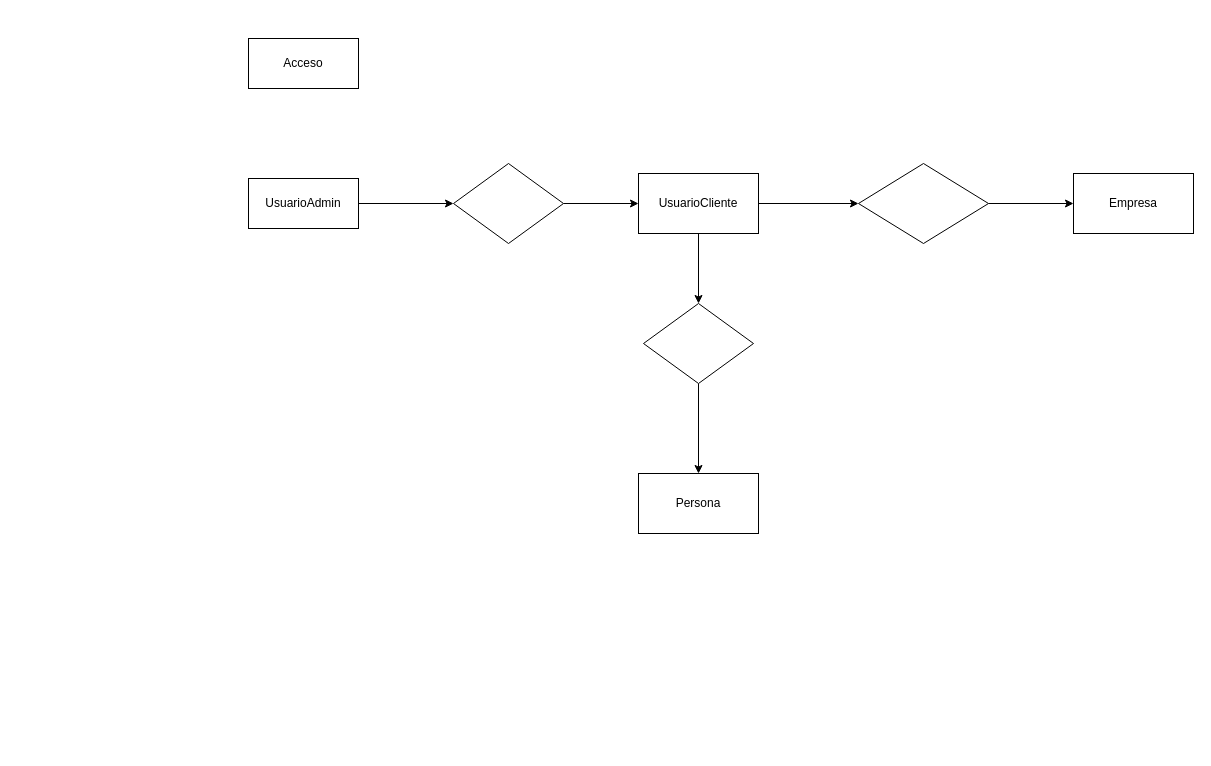
Earlier version of the draw.io diagram PeterChen.drawio (Sainjan/Refrito_Creditos). Source tidied: cells renumbered, new cells numbered last; positions are measured from the earlier drawing's top-left corner, leaving out a move shared by most shapes. Both pictures are drawn from the tidied source at 100%, with x=0, y=0 at pixel (248, 38).
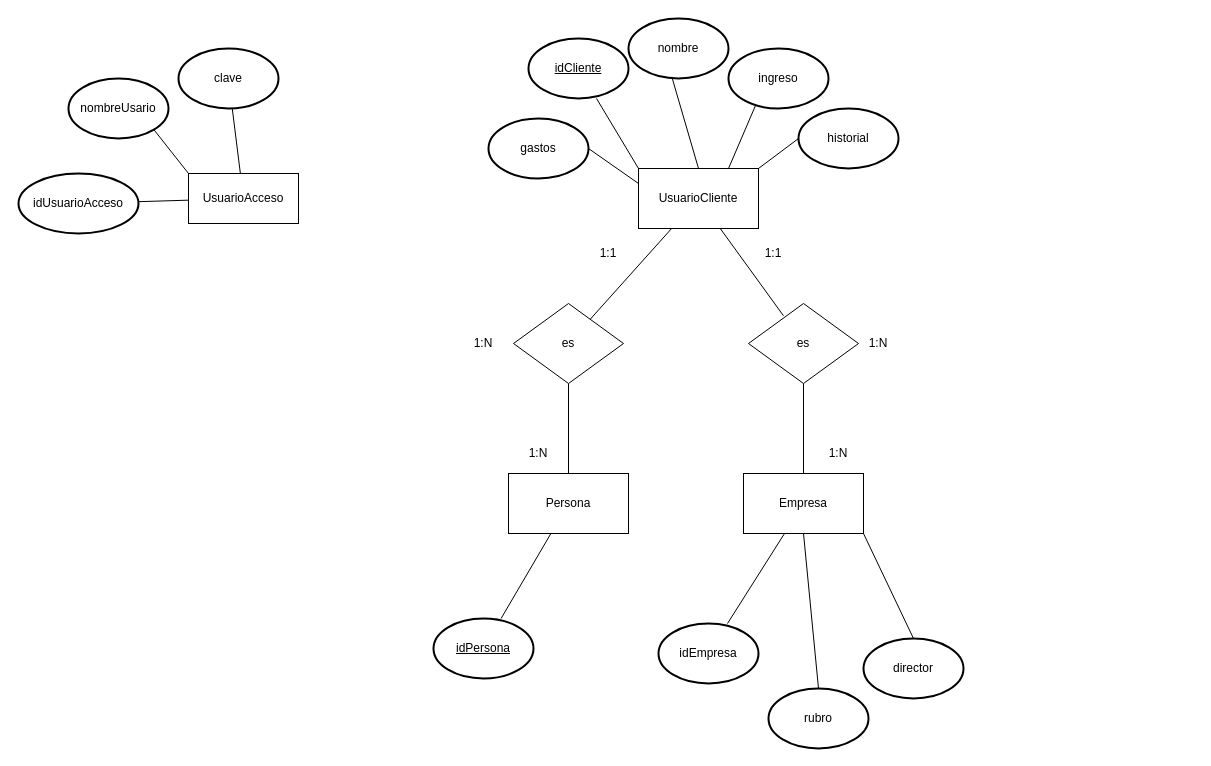
Above is the later version.

Commit message (it also covers changes not shown here):
Realice los diagramas de EdgarCood y PeterChen(Este ultimo con ayuda de Franco Radtke), así como en el script de creación de la base de datos.

The edit, as a diff of the source:
```diff
@@
-    <mxCell id="2" style="edgeStyle=none;html=1;" parent="1" edge="1" source="3" target="5">
-      <mxGeometry relative="1" as="geometry" />
-    </mxCell>
-    <mxCell id="3" value="UsuarioAdmin" style="html=1;whiteSpace=wrap;" parent="1" vertex="1">
-      <mxGeometry y="140" width="110" height="50" as="geometry" />
+    <mxCell id="3" value="UsuarioAcceso" style="html=1;whiteSpace=wrap;" parent="1" vertex="1">
+      <mxGeometry x="-60" y="135" width="110" height="50" as="geometry" />
     </mxCell>
-    <mxCell id="4" style="edgeStyle=none;html=1;" parent="1" edge="1" source="5" target="8">
-      <mxGeometry relative="1" as="geometry" />
-    </mxCell>
-    <mxCell id="5" style="rhombus;whiteSpace=wrap;html=1;shapeInside=1;" parent="1" vertex="1">
-      <mxGeometry x="205" y="125" width="110" height="80" as="geometry" />
-    </mxCell>
-    <mxCell id="6" style="edgeStyle=none;html=1;" parent="1" edge="1" source="8" target="10">
+    <mxCell id="6" style="edgeStyle=none;html=1;endArrow=none;endFill=0;" parent="1" edge="1" source="8" target="10">
       <mxGeometry relative="1" as="geometry" />
     </mxCell>
-    <mxCell id="7" style="edgeStyle=none;html=1;" parent="1" edge="1" source="8" target="13">
-      <mxGeometry relative="1" as="geometry" />
+    <mxCell id="7" style="edgeStyle=none;html=1;endArrow=none;endFill=0;" parent="1" edge="1" source="8">
+      <mxGeometry relative="1" as="geometry">
+        <mxPoint x="535" y="277.3" as="targetPoint" />
+      </mxGeometry>
     </mxCell>
     <mxCell id="8" value="UsuarioCliente" style="whiteSpace=wrap;html=1;" parent="1" vertex="1">
-      <mxGeometry x="390" y="135" width="120" height="60" as="geometry" />
+      <mxGeometry x="390" y="130" width="120" height="60" as="geometry" />
     </mxCell>
-    <mxCell id="9" style="edgeStyle=none;html=1;" parent="1" edge="1" source="10" target="11">
+    <mxCell id="9" style="edgeStyle=none;html=1;endArrow=none;endFill=0;" parent="1" edge="1" source="10" target="11">
       <mxGeometry relative="1" as="geometry" />
     </mxCell>
-    <mxCell id="10" style="rhombus;whiteSpace=wrap;html=1;shapeInside=1;" parent="1" vertex="1">
-      <mxGeometry x="395" y="265" width="110" height="80" as="geometry" />
+    <mxCell id="10" value="es" style="rhombus;whiteSpace=wrap;html=1;shapeInside=1;" parent="1" vertex="1">
+      <mxGeometry x="265" y="265" width="110" height="80" as="geometry" />
     </mxCell>
+    <mxCell id="16" style="edgeStyle=none;html=1;endArrow=none;endFill=0;" parent="1" edge="1" source="11" target="38">
+      <mxGeometry relative="1" as="geometry" />
+    </mxCell>
-    <mxCell id="11" value="Persona" style="whiteSpace=wrap;html=1;" parent="1" vertex="1">
-      <mxGeometry x="390" y="435" width="120" height="60" as="geometry" />
+    <mxCell id="11" value="Persona" style="whiteSpace=wrap;html=1;newEdgeStyle=%7B%22edgeStyle%22%3A%22none%22%2C%22html%22%3A%221%22%2C%22endArrow%22%3A%22none%22%2C%22endFill%22%3A%220%22%7D;" parent="1" vertex="1">
+      <mxGeometry x="260" y="435" width="120" height="60" as="geometry" />
     </mxCell>
-    <mxCell id="12" style="edgeStyle=none;html=1;" parent="1" edge="1" source="13" target="14">
-      <mxGeometry relative="1" as="geometry" />
+    <mxCell id="12" style="edgeStyle=none;html=1;endArrow=none;endFill=0;" parent="1" edge="1" target="14">
+      <mxGeometry relative="1" as="geometry">
+        <mxPoint x="555" y="345" as="sourcePoint" />
+      </mxGeometry>
     </mxCell>
-    <mxCell id="13" style="rhombus;whiteSpace=wrap;html=1;shapeInside=1;" parent="1" vertex="1">
-      <mxGeometry x="610" y="125" width="130" height="80" as="geometry" />
-    </mxCell>
-    <mxCell id="14" value="Empresa" style="whiteSpace=wrap;html=1;" parent="1" vertex="1">
-      <mxGeometry x="825" y="135" width="120" height="60" as="geometry" />
+    <mxCell id="14" value="Empresa" style="whiteSpace=wrap;html=1;newEdgeStyle=%7B%22edgeStyle%22%3A%22none%22%2C%22html%22%3A%221%22%2C%22endArrow%22%3A%22none%22%2C%22endFill%22%3A%220%22%7D;" parent="1" vertex="1">
+      <mxGeometry x="495" y="435" width="120" height="60" as="geometry" />
     </mxCell>
-    <mxCell id="15" value="Acceso" style="html=1;whiteSpace=wrap;" parent="1" vertex="1">
-      <mxGeometry width="110" height="50" as="geometry" />
-    </mxCell>
+    <mxCell id="17" style="edgeStyle=none;shape=connector;rounded=1;html=1;strokeColor=default;align=center;verticalAlign=middle;fontFamily=Helvetica;fontSize=11;fontColor=default;labelBackgroundColor=default;endArrow=none;endFill=0;" parent="1" edge="1" source="3" target="22">
+      <mxGeometry relative="1" as="geometry" />
+    </mxCell>
+    <mxCell id="18" value="nombreUsario" style="strokeWidth=2;html=1;shape=mxgraph.flowchart.start_1;whiteSpace=wrap;" parent="1" vertex="1">
+      <mxGeometry x="-180" y="40" width="100" height="60" as="geometry" />
+    </mxCell>
+    <mxCell id="19" style="edgeStyle=none;html=1;exitX=0;exitY=0;exitDx=0;exitDy=0;entryX=0.855;entryY=0.855;entryDx=0;entryDy=0;entryPerimeter=0;endArrow=none;endFill=0;" parent="1" edge="1" source="3" target="18">
+      <mxGeometry relative="1" as="geometry" />
+    </mxCell>
+    <mxCell id="20" style="edgeStyle=none;shape=connector;rounded=1;html=1;strokeColor=default;align=center;verticalAlign=middle;fontFamily=Helvetica;fontSize=11;fontColor=default;labelBackgroundColor=default;endArrow=none;endFill=0;" parent="1" edge="1" source="21" target="3">
+      <mxGeometry relative="1" as="geometry" />
+    </mxCell>
+    <mxCell id="21" value="clave" style="strokeWidth=2;html=1;shape=mxgraph.flowchart.start_1;whiteSpace=wrap;" parent="1" vertex="1">
+      <mxGeometry x="-70" y="10" width="100" height="60" as="geometry" />
+    </mxCell>
+    <mxCell id="22" value="idUsuarioAcceso" style="strokeWidth=2;html=1;shape=mxgraph.flowchart.start_1;whiteSpace=wrap;" parent="1" vertex="1">
+      <mxGeometry x="-230" y="135" width="120" height="60" as="geometry" />
+    </mxCell>
+    <mxCell id="23" value="nombre" style="strokeWidth=2;html=1;shape=mxgraph.flowchart.start_1;whiteSpace=wrap;" parent="1" vertex="1">
+      <mxGeometry x="380" y="-20" width="100" height="60" as="geometry" />
+    </mxCell>
+    <mxCell id="24" style="edgeStyle=none;shape=connector;rounded=1;html=1;exitX=0.5;exitY=0;exitDx=0;exitDy=0;entryX=0.433;entryY=0.972;entryDx=0;entryDy=0;entryPerimeter=0;strokeColor=default;align=center;verticalAlign=middle;fontFamily=Helvetica;fontSize=11;fontColor=default;labelBackgroundColor=default;endArrow=none;endFill=0;" parent="1" edge="1" source="8" target="23">
+      <mxGeometry relative="1" as="geometry" />
+    </mxCell>
+    <mxCell id="25" style="edgeStyle=none;shape=connector;rounded=1;html=1;exitX=0;exitY=0;exitDx=0;exitDy=0;strokeColor=default;align=center;verticalAlign=middle;fontFamily=Helvetica;fontSize=11;fontColor=default;labelBackgroundColor=default;endArrow=none;endFill=0;" parent="1" edge="1" source="8" target="26">
+      <mxGeometry relative="1" as="geometry" />
+    </mxCell>
+    <mxCell id="26" value="&lt;u&gt;idCliente&lt;/u&gt;" style="strokeWidth=2;html=1;shape=mxgraph.flowchart.start_1;whiteSpace=wrap;" parent="1" vertex="1">
+      <mxGeometry x="280" width="100" height="60" as="geometry" />
+    </mxCell>
+    <mxCell id="27" style="edgeStyle=none;shape=connector;rounded=1;html=1;exitX=0.75;exitY=0;exitDx=0;exitDy=0;strokeColor=default;align=center;verticalAlign=middle;fontFamily=Helvetica;fontSize=11;fontColor=default;labelBackgroundColor=default;endArrow=none;endFill=0;" parent="1" edge="1" source="8">
+      <mxGeometry relative="1" as="geometry">
+        <mxPoint x="510" y="60" as="targetPoint" />
+      </mxGeometry>
+    </mxCell>
+    <mxCell id="28" value="ingreso" style="strokeWidth=2;html=1;shape=mxgraph.flowchart.start_1;whiteSpace=wrap;" parent="1" vertex="1">
+      <mxGeometry x="480" y="10" width="100" height="60" as="geometry" />
+    </mxCell>
+    <mxCell id="29" value="rubro" style="strokeWidth=2;html=1;shape=mxgraph.flowchart.start_1;whiteSpace=wrap;" parent="1" vertex="1">
+      <mxGeometry x="520" y="650" width="100" height="60" as="geometry" />
+    </mxCell>
+    <mxCell id="30" value="gastos" style="strokeWidth=2;html=1;shape=mxgraph.flowchart.start_1;whiteSpace=wrap;" parent="1" vertex="1">
+      <mxGeometry x="240" y="80" width="100" height="60" as="geometry" />
+    </mxCell>
+    <mxCell id="31" value="es" style="rhombus;whiteSpace=wrap;html=1;shapeInside=1;" parent="1" vertex="1">
+      <mxGeometry x="500" y="265" width="110" height="80" as="geometry" />
+    </mxCell>
+    <mxCell id="32" value="historial" style="strokeWidth=2;html=1;shape=mxgraph.flowchart.start_1;whiteSpace=wrap;" parent="1" vertex="1">
+      <mxGeometry x="550" y="70" width="100" height="60" as="geometry" />
+    </mxCell>
+    <mxCell id="33" style="edgeStyle=none;shape=connector;rounded=1;html=1;exitX=1;exitY=0;exitDx=0;exitDy=0;entryX=0;entryY=0.5;entryDx=0;entryDy=0;entryPerimeter=0;strokeColor=default;align=center;verticalAlign=middle;fontFamily=Helvetica;fontSize=11;fontColor=default;labelBackgroundColor=default;endArrow=none;endFill=0;" parent="1" edge="1" source="8" target="32">
+      <mxGeometry relative="1" as="geometry" />
+    </mxCell>
+    <mxCell id="34" style="edgeStyle=none;shape=connector;rounded=1;html=1;exitX=0.5;exitY=1;exitDx=0;exitDy=0;entryX=0.5;entryY=0;entryDx=0;entryDy=0;entryPerimeter=0;strokeColor=default;align=center;verticalAlign=middle;fontFamily=Helvetica;fontSize=11;fontColor=default;labelBackgroundColor=default;endArrow=none;endFill=0;" parent="1" edge="1" source="14" target="29">
+      <mxGeometry relative="1" as="geometry" />
+    </mxCell>
+    <mxCell id="35" style="edgeStyle=none;shape=connector;rounded=1;html=1;exitX=1;exitY=1;exitDx=0;exitDy=0;entryX=0.5;entryY=0;entryDx=0;entryDy=0;entryPerimeter=0;strokeColor=default;align=center;verticalAlign=middle;fontFamily=Helvetica;fontSize=11;fontColor=default;labelBackgroundColor=default;endArrow=none;endFill=0;" parent="1" edge="1" source="14" target="36">
+      <mxGeometry relative="1" as="geometry" />
+    </mxCell>
+    <mxCell id="36" value="director" style="strokeWidth=2;html=1;shape=mxgraph.flowchart.start_1;whiteSpace=wrap;" parent="1" vertex="1">
+      <mxGeometry x="615" y="600" width="100" height="60" as="geometry" />
+    </mxCell>
+    <mxCell id="37" style="edgeStyle=none;shape=connector;rounded=1;html=1;exitX=0;exitY=0.25;exitDx=0;exitDy=0;entryX=1;entryY=0.5;entryDx=0;entryDy=0;entryPerimeter=0;strokeColor=default;align=center;verticalAlign=middle;fontFamily=Helvetica;fontSize=11;fontColor=default;labelBackgroundColor=default;endArrow=none;endFill=0;" parent="1" edge="1" source="8" target="30">
+      <mxGeometry relative="1" as="geometry" />
+    </mxCell>
+    <mxCell id="38" value="&lt;u&gt;idPersona&lt;/u&gt;" style="strokeWidth=2;html=1;shape=mxgraph.flowchart.start_1;whiteSpace=wrap;rotation=0;" parent="1" vertex="1">
+      <mxGeometry x="185" y="580" width="100" height="60" as="geometry" />
+    </mxCell>
+    <mxCell id="39" value="idEmpresa" style="strokeWidth=2;html=1;shape=mxgraph.flowchart.start_1;whiteSpace=wrap;" parent="1" vertex="1">
+      <mxGeometry x="410" y="585" width="100" height="60" as="geometry" />
+    </mxCell>
+    <mxCell id="40" value="1:N" style="text;html=1;whiteSpace=wrap;strokeColor=none;fillColor=none;align=center;verticalAlign=middle;rounded=0;" parent="1" vertex="1">
+      <mxGeometry x="560" y="400" width="60" height="30" as="geometry" />
+    </mxCell>
+    <mxCell id="41" style="edgeStyle=none;html=1;endArrow=none;endFill=0;" parent="1" edge="1" source="14" target="39">
+      <mxGeometry relative="1" as="geometry" />
+    </mxCell>
+    <mxCell id="42" value="1:1" style="text;html=1;whiteSpace=wrap;strokeColor=none;fillColor=none;align=center;verticalAlign=middle;rounded=0;" parent="1" vertex="1">
+      <mxGeometry x="495" y="200" width="60" height="30" as="geometry" />
+    </mxCell>
+    <mxCell id="43" value="1:N" style="text;html=1;whiteSpace=wrap;strokeColor=none;fillColor=none;align=center;verticalAlign=middle;rounded=0;" parent="1" vertex="1">
+      <mxGeometry x="600" y="290" width="60" height="30" as="geometry" />
+    </mxCell>
+    <mxCell id="44" value="1:1" style="text;html=1;whiteSpace=wrap;strokeColor=none;fillColor=none;align=center;verticalAlign=middle;rounded=0;" parent="1" vertex="1">
+      <mxGeometry x="330" y="200" width="60" height="30" as="geometry" />
+    </mxCell>
+    <mxCell id="45" value="1:N" style="text;html=1;whiteSpace=wrap;strokeColor=none;fillColor=none;align=center;verticalAlign=middle;rounded=0;" parent="1" vertex="1">
+      <mxGeometry x="260" y="400" width="60" height="30" as="geometry" />
+    </mxCell>
+    <mxCell id="46" value="1:N" style="text;html=1;whiteSpace=wrap;strokeColor=none;fillColor=none;align=center;verticalAlign=middle;rounded=0;" parent="1" vertex="1">
+      <mxGeometry x="205" y="290" width="60" height="30" as="geometry" />
+    </mxCell>
```
